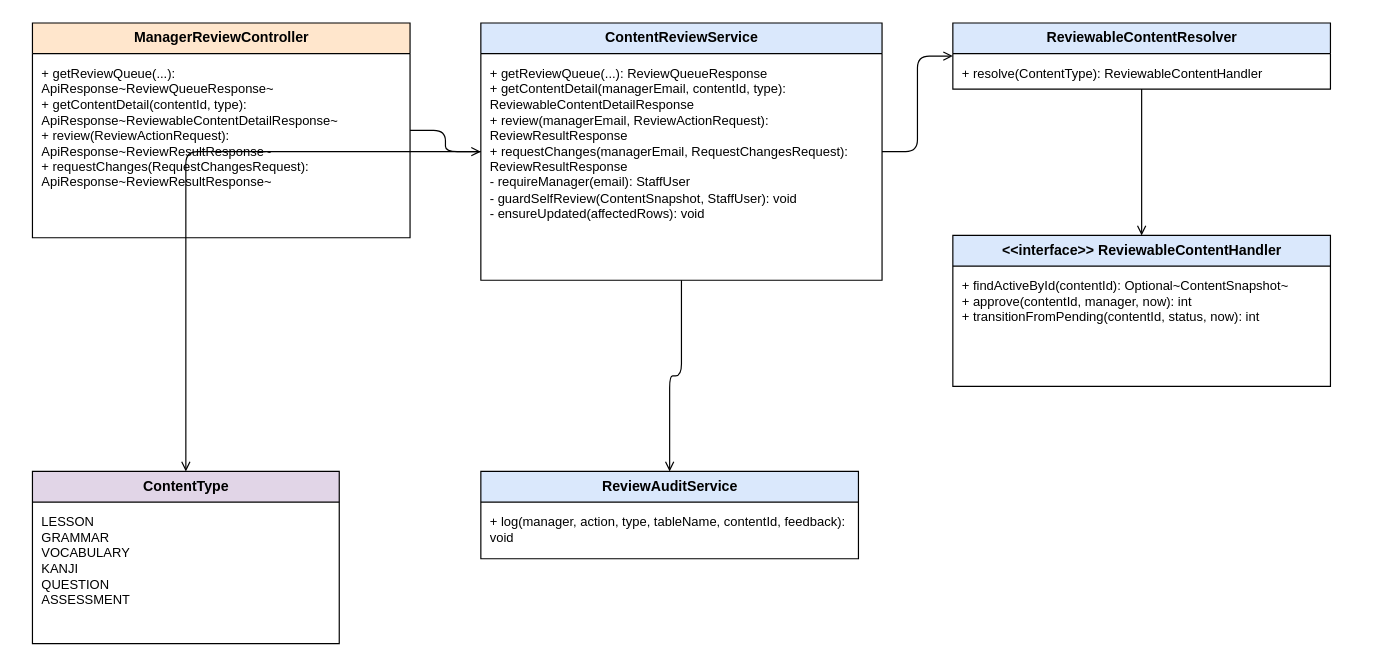
The draw.io diagram docs/07-Release-Documents/diagrams/sds/class-review.drawio in hung02042005/Japanese-Skill-Practice-Platform, before the edit. Source tidied: cells renumbered, new cells numbered last; positions are measured from the earlier drawing's top-left corner, leaving out a move shared by most shapes. Both pictures are drawn from the tidied source at 118%, with x=0, y=0 at pixel (32, 22).
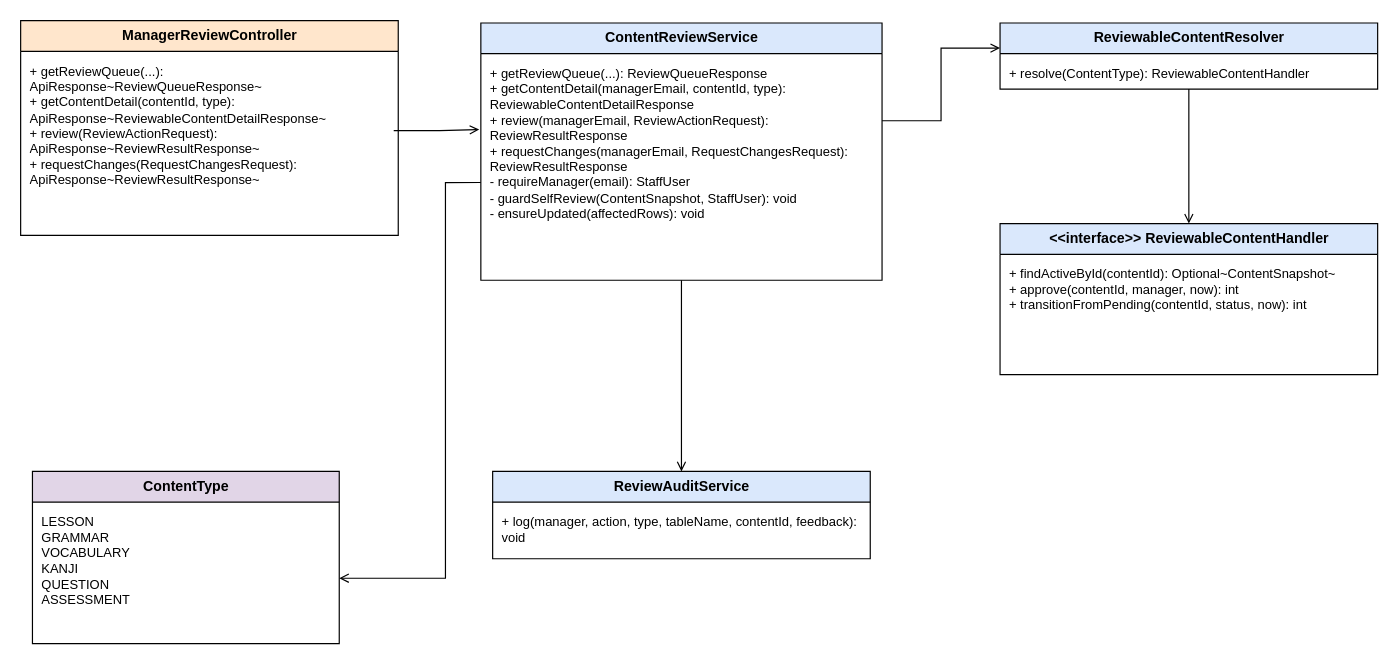
The same diagram, later.

Unchanged cells that the change refers to:
```xml
<mxCell id="3" value="+ getReviewQueue(...): ApiResponse~ReviewQueueResponse~&#10;+ getContentDetail(contentId, type): ApiResponse~ReviewableContentDetailResponse~&#10;+ review(ReviewActionRequest): ApiResponse~ReviewResultResponse~&#10;+ requestChanges(RequestChangesRequest): ApiResponse~ReviewResultResponse~" style="text;html=1;align=left;verticalAlign=top;spacingLeft=6;spacingRight=4;spacingTop=4;overflow=hidden;whiteSpace=wrap;fontSize=11;" parent="2" vertex="1">
  <mxGeometry y="26" width="320" height="156" as="geometry" />
</mxCell>
<mxCell id="4" value="ContentReviewService" style="swimlane;fontStyle=1;horizontal=1;startSize=26;html=1;fillColor=#dae8fc;" parent="1" vertex="1">
  <mxGeometry x="380" width="340" height="218" as="geometry" />
</mxCell>
<mxCell id="5" value="+ getReviewQueue(...): ReviewQueueResponse&#10;+ getContentDetail(managerEmail, contentId, type): ReviewableContentDetailResponse&#10;+ review(managerEmail, ReviewActionRequest): ReviewResultResponse&#10;+ requestChanges(managerEmail, RequestChangesRequest): ReviewResultResponse&#10;- requireManager(email): StaffUser&#10;- guardSelfReview(ContentSnapshot, StaffUser): void&#10;- ensureUpdated(affectedRows): void" style="text;html=1;align=left;verticalAlign=top;spacingLeft=6;spacingRight=4;spacingTop=4;overflow=hidden;whiteSpace=wrap;fontSize=11;" parent="4" vertex="1">
  <mxGeometry y="26" width="340" height="192" as="geometry" />
</mxCell>
<mxCell id="12" value="ContentType" style="swimlane;fontStyle=1;horizontal=1;startSize=26;html=1;fillColor=#e1d5e7;" parent="1" vertex="1">
  <mxGeometry y="380" width="260" height="146" as="geometry" />
</mxCell>
```

Diff of the diagram source:
```diff
@@
     <mxCell id="2" value="ManagerReviewController" style="swimlane;fontStyle=1;horizontal=1;startSize=26;html=1;fillColor=#ffe6cc;" parent="1" vertex="1">
-      <mxGeometry width="320" height="182" as="geometry" />
+      <mxGeometry x="-10" y="-2" width="320" height="182" as="geometry" />
     </mxCell>
@@
     <mxCell id="6" value="ReviewableContentResolver" style="swimlane;fontStyle=1;horizontal=1;startSize=26;html=1;fillColor=#dae8fc;" parent="1" vertex="1">
-      <mxGeometry x="780" width="320" height="56" as="geometry" />
+      <mxGeometry x="820" width="320" height="56" as="geometry" />
     </mxCell>
@@
     <mxCell id="8" value="&amp;lt;&amp;lt;interface&amp;gt;&amp;gt; ReviewableContentHandler" style="swimlane;fontStyle=1;horizontal=1;startSize=26;html=1;fillColor=#dae8fc;" parent="1" vertex="1">
-      <mxGeometry x="780" y="180" width="320" height="128" as="geometry" />
+      <mxGeometry x="820" y="170" width="320" height="128" as="geometry" />
     </mxCell>
@@
     <mxCell id="10" value="ReviewAuditService" style="swimlane;fontStyle=1;horizontal=1;startSize=26;html=1;fillColor=#dae8fc;" parent="1" vertex="1">
-      <mxGeometry x="380" y="380" width="320" height="74" as="geometry" />
+      <mxGeometry x="390" y="380" width="320" height="74" as="geometry" />
     </mxCell>
@@
-    <mxCell id="14" style="edgeStyle=orthogonalEdgeStyle;html=1;endArrow=open;fontSize=10;" parent="1" edge="1" source="2" target="4">
+    <mxCell id="14" style="edgeStyle=orthogonalEdgeStyle;html=1;endArrow=open;fontSize=10;labelBackgroundColor=#ffffff;rounded=0;exitX=0.988;exitY=0.431;exitDx=0;exitDy=0;entryX=-0.004;entryY=0.335;entryDx=0;entryDy=0;entryPerimeter=0;exitPerimeter=0;" parent="1" edge="1" source="3" target="5">
       <mxGeometry relative="1" as="geometry" />
     </mxCell>
-    <mxCell id="15" style="edgeStyle=orthogonalEdgeStyle;html=1;endArrow=open;fontSize=10;" parent="1" edge="1" source="4" target="6">
+    <mxCell id="15" style="edgeStyle=orthogonalEdgeStyle;html=1;endArrow=open;fontSize=10;labelBackgroundColor=#ffffff;rounded=0;exitX=1;exitY=0.38;exitDx=0;exitDy=0;entryX=0;entryY=0.38;entryDx=0;entryDy=0;" parent="1" edge="1" source="4" target="6">
       <mxGeometry relative="1" as="geometry" />
     </mxCell>
-    <mxCell id="16" style="edgeStyle=orthogonalEdgeStyle;html=1;endArrow=open;fontSize=10;" parent="1" edge="1" source="4" target="10">
+    <mxCell id="16" style="edgeStyle=orthogonalEdgeStyle;html=1;endArrow=open;fontSize=10;labelBackgroundColor=#ffffff;rounded=0;exitX=0.5;exitY=1;exitDx=0;exitDy=0;entryX=0.5;entryY=0;entryDx=0;entryDy=0;" parent="1" edge="1" source="4" target="10">
       <mxGeometry relative="1" as="geometry" />
     </mxCell>
-    <mxCell id="17" style="edgeStyle=orthogonalEdgeStyle;html=1;endArrow=open;fontSize=10;" parent="1" edge="1" source="6" target="8">
+    <mxCell id="17" style="edgeStyle=orthogonalEdgeStyle;html=1;endArrow=open;fontSize=10;labelBackgroundColor=#ffffff;rounded=0;exitX=0.5;exitY=1;exitDx=0;exitDy=0;entryX=0.5;entryY=0;entryDx=0;entryDy=0;" parent="1" edge="1" source="6" target="8">
       <mxGeometry relative="1" as="geometry" />
     </mxCell>
-    <mxCell id="18" style="edgeStyle=orthogonalEdgeStyle;html=1;endArrow=open;fontSize=10;" parent="1" edge="1" source="4" target="12">
-      <mxGeometry relative="1" as="geometry" />
+    <mxCell id="18" style="edgeStyle=orthogonalEdgeStyle;html=1;endArrow=open;fontSize=10;labelBackgroundColor=#ffffff;rounded=0;exitX=0;exitY=0.62;exitDx=0;exitDy=0;entryX=1;entryY=0.62;entryDx=0;entryDy=0;" parent="1" edge="1" source="4" target="12">
+      <mxGeometry relative="1" as="geometry">
+        <Array as="points">
+          <mxPoint x="350" y="135" />
+          <mxPoint x="350" y="471" />
+        </Array>
+      </mxGeometry>
     </mxCell>
```
